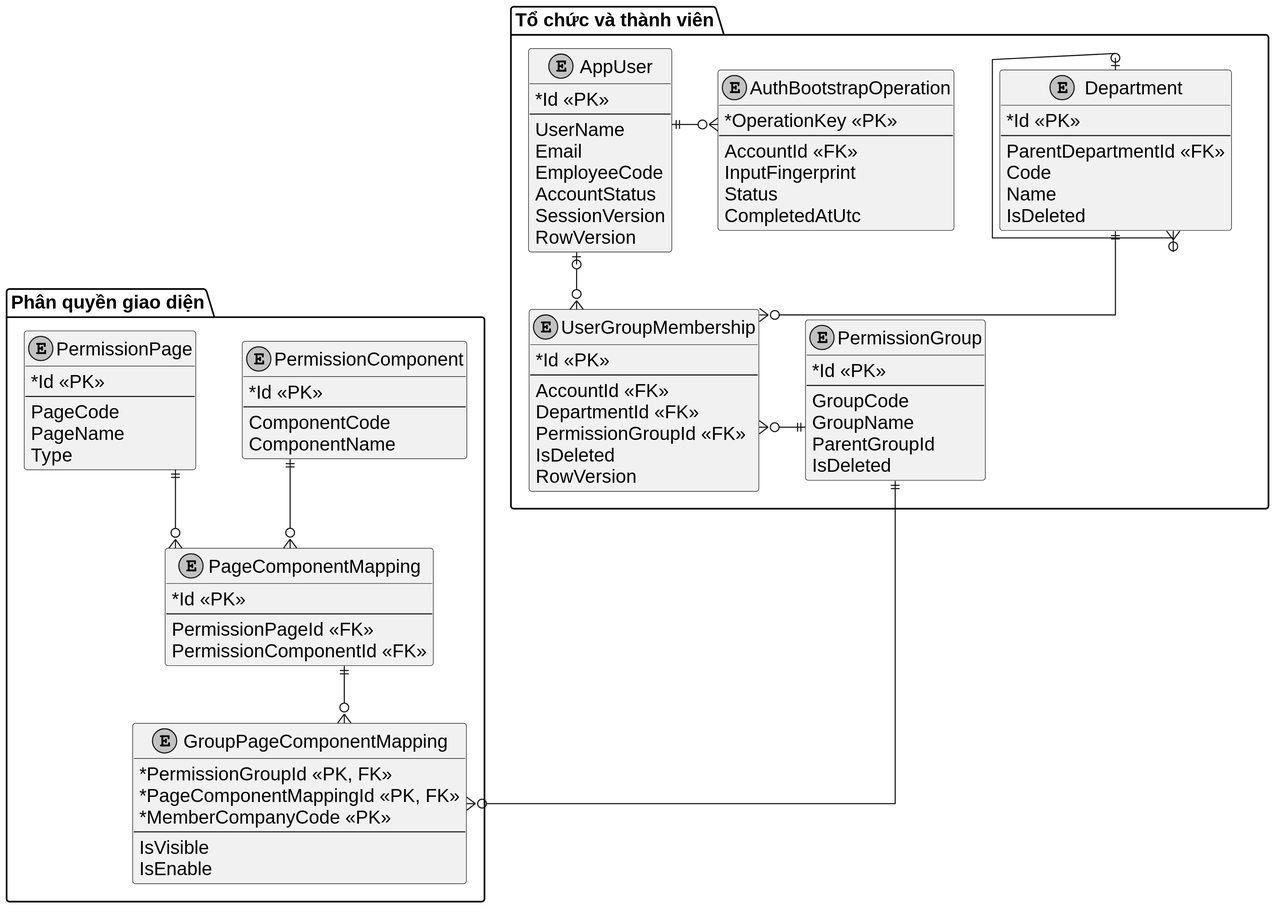
This is LVTN/diagrams/ch03/data-models/02-logical-organization-access.svg from Miikey24s/gtas_vpp, a PlantUML export, as it was before one commit. Its diagram source:
```plantuml
@startuml
top to bottom direction
skinparam backgroundColor white
skinparam dpi 192
skinparam defaultFontName Arial
skinparam defaultFontSize 17
skinparam monochrome true
skinparam shadowing false
skinparam linetype ortho
skinparam nodesep 42
skinparam ranksep 52
skinparam classAttributeIconSize 0
hide methods

package "Tổ chức và thành viên" as Organization {
entity "Department" as Department {
  * Id <<PK>>
  --
  ParentDepartmentId <<FK>>
  Code
  Name
  IsDeleted
}

entity "UserGroupMembership" as Membership {
  * Id <<PK>>
  --
  AccountId <<FK>>
  DepartmentId <<FK>>
  PermissionGroupId <<FK>>
  IsDeleted
  RowVersion
}

entity "AppUser" as AppUser {
  * Id <<PK>>
  --
  UserName
  Email
  EmployeeCode
  AccountStatus
  SessionVersion
  RowVersion
}

entity "AuthBootstrapOperation" as Bootstrap {
  * OperationKey <<PK>>
  --
  AccountId <<FK>>
  InputFingerprint
  Status
  CompletedAtUtc
}

entity "PermissionGroup" as PermissionGroup {
  * Id <<PK>>
  --
  GroupCode
  GroupName
  ParentGroupId
  IsDeleted
}
}

package "Phân quyền giao diện" as AccessControl {
entity "GroupPageComponentMapping" as GroupMapping {
  * PermissionGroupId <<PK, FK>>
  * PageComponentMappingId <<PK, FK>>
  * MemberCompanyCode <<PK>>
  --
  IsVisible
  IsEnable
}

entity "PageComponentMapping" as PageComponent {
  * Id <<PK>>
  --
  PermissionPageId <<FK>>
  PermissionComponentId <<FK>>
}

entity "PermissionPage" as Page {
  * Id <<PK>>
  --
  PageCode
  PageName
  Type
}

entity "PermissionComponent" as Component {
  * Id <<PK>>
  --
  ComponentCode
  ComponentName
}
}

Department |o--o{ Department
AppUser |o--o{ Membership
Department ||--o{ Membership
PermissionGroup ||--o{ Membership
AppUser ||--o{ Bootstrap
PermissionGroup ||-down-o{ GroupMapping
PageComponent ||--o{ GroupMapping
Page ||--o{ PageComponent
Component ||--o{ PageComponent

Department -[hidden]right- AppUser
AppUser -[hidden]right- Bootstrap
PermissionGroup -[hidden]right- Membership
Department -[hidden]down- PermissionGroup
AppUser -[hidden]down- Membership
Page -[hidden]right- Component
Page -[hidden]down- PageComponent
Component -[hidden]down- PageComponent
PageComponent -[hidden]down- GroupMapping
Membership -[hidden]down- PageComponent
@enduml
```
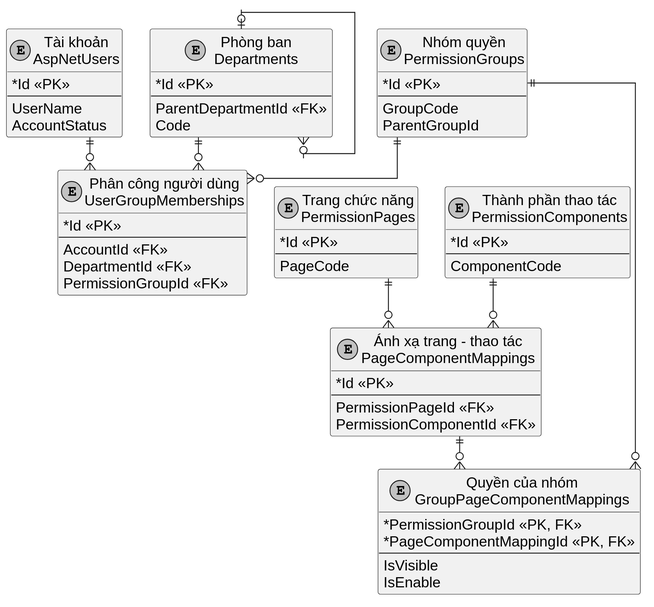
Later version of the same file.

What changed in the source:
```diff
@@ -1,118 +1,84 @@
 @startuml
 top to bottom direction
 skinparam backgroundColor white
-skinparam dpi 192
+skinparam dpi 160
 skinparam defaultFontName Arial
-skinparam defaultFontSize 17
+skinparam defaultFontSize 16
 skinparam monochrome true
 skinparam shadowing false
 skinparam linetype ortho
-skinparam nodesep 42
-skinparam ranksep 52
+skinparam nodesep 30
+skinparam ranksep 36
 skinparam classAttributeIconSize 0
 hide methods
 
-package "Tổ chức và thành viên" as Organization {
-entity "Department" as Department {
+entity "Tài khoản\nAspNetUsers" as User {
+  * Id <<PK>>
+  --
+  UserName
+  AccountStatus
+}
+
+entity "Phòng ban\nDepartments" as Department {
   * Id <<PK>>
   --
   ParentDepartmentId <<FK>>
   Code
-  Name
-  IsDeleted
 }
 
-entity "UserGroupMembership" as Membership {
+entity "Phân công người dùng\nUserGroupMemberships" as Membership {
   * Id <<PK>>
   --
   AccountId <<FK>>
   DepartmentId <<FK>>
   PermissionGroupId <<FK>>
-  IsDeleted
-  RowVersion
 }
 
-entity "AppUser" as AppUser {
-  * Id <<PK>>
-  --
-  UserName
-  Email
-  EmployeeCode
-  AccountStatus
-  SessionVersion
-  RowVersion
-}
-
-entity "AuthBootstrapOperation" as Bootstrap {
-  * OperationKey <<PK>>
-  --
-  AccountId <<FK>>
-  InputFingerprint
-  Status
-  CompletedAtUtc
-}
-
-entity "PermissionGroup" as PermissionGroup {
+entity "Nhóm quyền\nPermissionGroups" as Group {
   * Id <<PK>>
   --
   GroupCode
-  GroupName
   ParentGroupId
-  IsDeleted
-}
 }
 
-package "Phân quyền giao diện" as AccessControl {
-entity "GroupPageComponentMapping" as GroupMapping {
-  * PermissionGroupId <<PK, FK>>
-  * PageComponentMappingId <<PK, FK>>
-  * MemberCompanyCode <<PK>>
+entity "Trang chức năng\nPermissionPages" as Page {
+  * Id <<PK>>
   --
-  IsVisible
-  IsEnable
+  PageCode
 }
 
-entity "PageComponentMapping" as PageComponent {
+entity "Thành phần thao tác\nPermissionComponents" as Component {
+  * Id <<PK>>
+  --
+  ComponentCode
+}
+
+entity "Ánh xạ trang - thao tác\nPageComponentMappings" as PageMap {
   * Id <<PK>>
   --
   PermissionPageId <<FK>>
   PermissionComponentId <<FK>>
 }
 
-entity "PermissionPage" as Page {
-  * Id <<PK>>
+entity "Quyền của nhóm\nGroupPageComponentMappings" as GroupMap {
+  * PermissionGroupId <<PK, FK>>
+  * PageComponentMappingId <<PK, FK>>
   --
-  PageCode
-  PageName
-  Type
+  IsVisible
+  IsEnable
 }
 
-entity "PermissionComponent" as Component {
-  * Id <<PK>>
-  --
-  ComponentCode
-  ComponentName
-}
-}
+User ||--o{ Membership
+Department ||--o{ Membership
+Group ||--o{ Membership
+Page ||--o{ PageMap
+Component ||--o{ PageMap
+PageMap ||--o{ GroupMap
+Group ||--o{ GroupMap
+Department |o--o{ Department
 
-Department |o--o{ Department
-AppUser |o--o{ Membership
-Department ||--o{ Membership
-PermissionGroup ||--o{ Membership
-AppUser ||--o{ Bootstrap
-PermissionGroup ||-down-o{ GroupMapping
-PageComponent ||--o{ GroupMapping
-Page ||--o{ PageComponent
-Component ||--o{ PageComponent
-
-Department -[hidden]right- AppUser
-AppUser -[hidden]right- Bootstrap
-PermissionGroup -[hidden]right- Membership
-Department -[hidden]down- PermissionGroup
-AppUser -[hidden]down- Membership
+User -[hidden]right- Department
+Department -[hidden]right- Group
 Page -[hidden]right- Component
-Page -[hidden]down- PageComponent
-Component -[hidden]down- PageComponent
-PageComponent -[hidden]down- GroupMapping
-Membership -[hidden]down- PageComponent
+Membership -[hidden]down- PageMap
 @enduml
```
